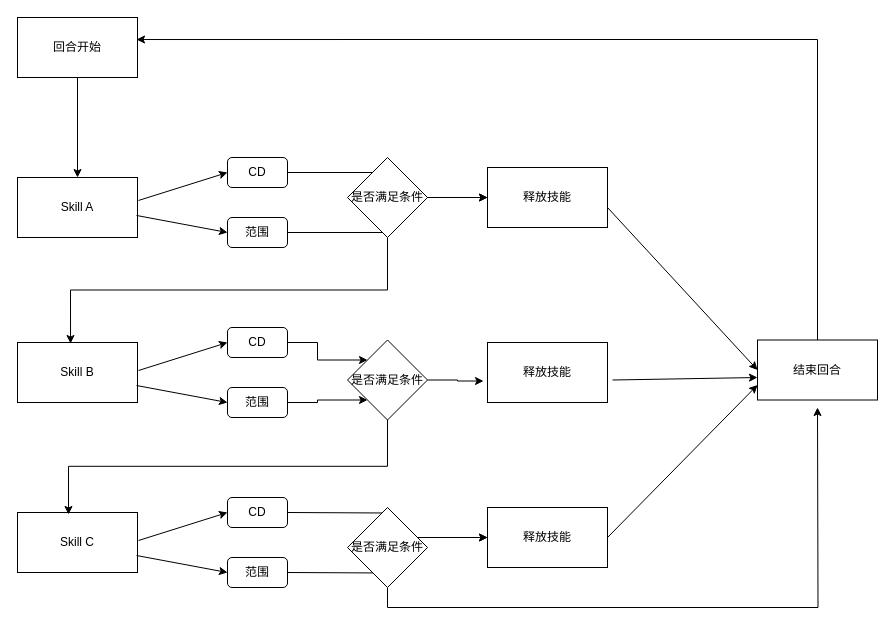
Above: page "Page-1" (1 of 2) of SAI.drawio in neroZWX/- (draw.io), before the change. Source tidied: cells renumbered, new cells numbered last; positions are measured from the earlier drawing's top-left corner, leaving out a move shared by most shapes. Both pictures are drawn from the tidied source at 100%, with x=0, y=0 at pixel (17, 17).
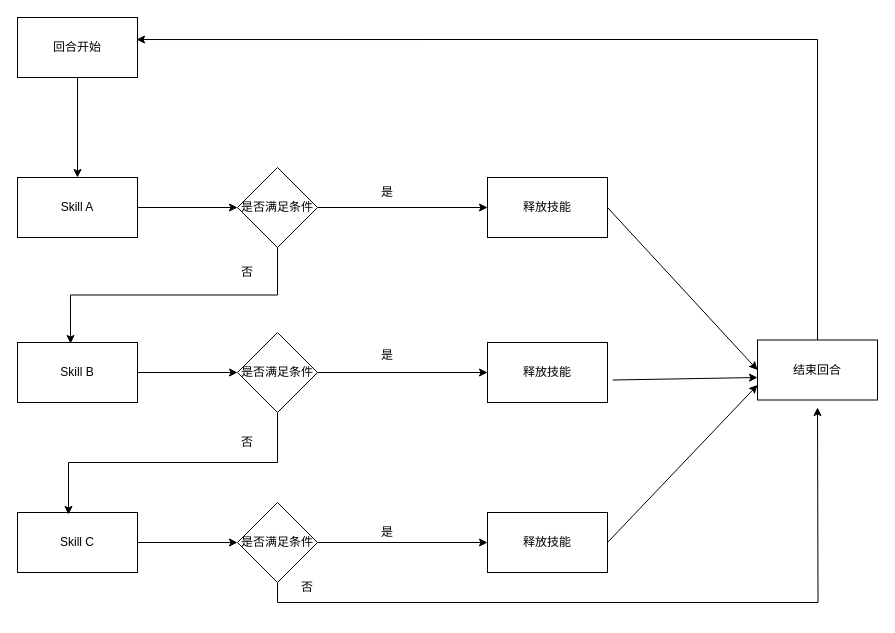
After the change.

Unchanged cells that the change refers to:
```xml
<mxCell id="2" value="Skill A" style="rounded=0;whiteSpace=wrap;html=1;" parent="1" vertex="1">
  <mxGeometry y="160" width="120" height="60" as="geometry" />
</mxCell>
<mxCell id="3" value="Skill B" style="rounded=0;whiteSpace=wrap;html=1;" parent="1" vertex="1">
  <mxGeometry y="325" width="120" height="60" as="geometry" />
</mxCell>
<mxCell id="4" value="Skill C" style="rounded=0;whiteSpace=wrap;html=1;" parent="1" vertex="1">
  <mxGeometry y="495" width="120" height="60" as="geometry" />
</mxCell>
<mxCell id="22" value="释放技能" style="rounded=0;whiteSpace=wrap;html=1;" parent="1" vertex="1">
  <mxGeometry x="470" y="325" width="120" height="60" as="geometry" />
</mxCell>
```

The edit, as a diff of the source:
```diff
@@
+    <mxCell id="40" style="edgeStyle=orthogonalEdgeStyle;rounded=0;jettySize=auto;html=1;exitX=1;exitY=0.5;exitDx=0;exitDy=0;entryX=0;entryY=0.5;entryDx=0;entryDy=0;" parent="1" edge="1" source="2" target="34">
+      <mxGeometry relative="1" as="geometry" />
+    </mxCell>
@@
+    <mxCell id="41" style="edgeStyle=orthogonalEdgeStyle;rounded=0;jettySize=auto;html=1;exitX=1;exitY=0.5;exitDx=0;exitDy=0;entryX=0;entryY=0.5;entryDx=0;entryDy=0;" parent="1" edge="1" source="3" target="37">
+      <mxGeometry relative="1" as="geometry" />
+    </mxCell>
@@
+    <mxCell id="42" style="edgeStyle=orthogonalEdgeStyle;rounded=0;jettySize=auto;html=1;exitX=1;exitY=0.5;exitDx=0;exitDy=0;" parent="1" edge="1" source="4" target="39">
+      <mxGeometry relative="1" as="geometry" />
+    </mxCell>
@@
-    <mxCell id="5" style="edgeStyle=orthogonalEdgeStyle;rounded=0;jettySize=auto;html=1;exitX=1;exitY=0.5;exitDx=0;exitDy=0;entryX=0;entryY=0.5;entryDx=0;entryDy=0;" parent="1" edge="1" source="6" target="21">
-      <mxGeometry relative="1" as="geometry" />
-    </mxCell>
-    <mxCell id="6" value="CD" style="rounded=1;whiteSpace=wrap;html=1;" parent="1" vertex="1">
-      <mxGeometry x="210" y="140" width="60" height="30" as="geometry" />
-    </mxCell>
-    <mxCell id="7" style="edgeStyle=orthogonalEdgeStyle;rounded=0;jettySize=auto;html=1;exitX=1;exitY=0.5;exitDx=0;exitDy=0;entryX=0;entryY=0.5;entryDx=0;entryDy=0;" parent="1" edge="1" source="8" target="21">
-      <mxGeometry relative="1" as="geometry" />
-    </mxCell>
-    <mxCell id="8" value="范围" style="rounded=1;whiteSpace=wrap;html=1;" parent="1" vertex="1">
-      <mxGeometry x="210" y="200" width="60" height="30" as="geometry" />
-    </mxCell>
-    <mxCell id="9" style="endArrow=classic;html=1;rounded=0;entryX=0;entryY=0.5;entryDx=0;entryDy=0;exitX=1.008;exitY=0.383;exitDx=0;exitDy=0;exitPerimeter=0;" parent="1" edge="1" source="2" target="6">
-      <mxGeometry relative="1" as="geometry" />
-    </mxCell>
-    <mxCell id="10" style="endArrow=classic;html=1;rounded=0;entryX=0;entryY=0.5;entryDx=0;entryDy=0;exitX=0.992;exitY=0.633;exitDx=0;exitDy=0;exitPerimeter=0;" parent="1" edge="1" source="2" target="8">
-      <mxGeometry relative="1" as="geometry" />
-    </mxCell>
-    <mxCell id="11" style="edgeStyle=orthogonalEdgeStyle;rounded=0;jettySize=auto;html=1;exitX=1;exitY=0.5;exitDx=0;exitDy=0;entryX=0;entryY=0;entryDx=0;entryDy=0;" parent="1" edge="1" source="12" target="37">
-      <mxGeometry relative="1" as="geometry" />
-    </mxCell>
-    <mxCell id="12" value="CD" style="rounded=1;whiteSpace=wrap;html=1;" parent="1" vertex="1">
-      <mxGeometry x="210" y="310" width="60" height="30" as="geometry" />
-    </mxCell>
-    <mxCell id="13" style="edgeStyle=orthogonalEdgeStyle;rounded=0;jettySize=auto;html=1;exitX=1;exitY=0.5;exitDx=0;exitDy=0;entryX=0;entryY=1;entryDx=0;entryDy=0;" parent="1" edge="1" source="14" target="37">
-      <mxGeometry relative="1" as="geometry" />
-    </mxCell>
-    <mxCell id="14" value="范围" style="rounded=1;whiteSpace=wrap;html=1;" parent="1" vertex="1">
-      <mxGeometry x="210" y="370" width="60" height="30" as="geometry" />
-    </mxCell>
-    <mxCell id="15" style="endArrow=classic;html=1;rounded=0;entryX=0;entryY=0.5;entryDx=0;entryDy=0;exitX=1.008;exitY=0.383;exitDx=0;exitDy=0;exitPerimeter=0;" parent="1" edge="1" target="12">
-      <mxGeometry relative="1" as="geometry">
-        <mxPoint x="121" y="353" as="sourcePoint" />
-      </mxGeometry>
-    </mxCell>
-    <mxCell id="16" style="endArrow=classic;html=1;rounded=0;entryX=0;entryY=0.5;entryDx=0;entryDy=0;exitX=0.992;exitY=0.633;exitDx=0;exitDy=0;exitPerimeter=0;" parent="1" edge="1" target="14">
-      <mxGeometry relative="1" as="geometry">
-        <mxPoint x="119" y="368" as="sourcePoint" />
-      </mxGeometry>
-    </mxCell>
-    <mxCell id="17" value="CD" style="rounded=1;whiteSpace=wrap;html=1;" parent="1" vertex="1">
-      <mxGeometry x="210" y="480" width="60" height="30" as="geometry" />
-    </mxCell>
-    <mxCell id="18" value="范围" style="rounded=1;whiteSpace=wrap;html=1;" parent="1" vertex="1">
-      <mxGeometry x="210" y="540" width="60" height="30" as="geometry" />
-    </mxCell>
-    <mxCell id="19" style="endArrow=classic;html=1;rounded=0;entryX=0;entryY=0.5;entryDx=0;entryDy=0;exitX=1.008;exitY=0.383;exitDx=0;exitDy=0;exitPerimeter=0;" parent="1" edge="1" target="17">
-      <mxGeometry relative="1" as="geometry">
-        <mxPoint x="121" y="523" as="sourcePoint" />
-      </mxGeometry>
-    </mxCell>
-    <mxCell id="20" style="endArrow=classic;html=1;rounded=0;entryX=0;entryY=0.5;entryDx=0;entryDy=0;exitX=0.992;exitY=0.633;exitDx=0;exitDy=0;exitPerimeter=0;" parent="1" edge="1" target="18">
-      <mxGeometry relative="1" as="geometry">
-        <mxPoint x="119" y="538" as="sourcePoint" />
-      </mxGeometry>
-    </mxCell>
     <mxCell id="21" value="释放技能" style="rounded=0;whiteSpace=wrap;html=1;" parent="1" vertex="1">
-      <mxGeometry x="470" y="150" width="120" height="60" as="geometry" />
+      <mxGeometry x="470" y="160" width="120" height="60" as="geometry" />
     </mxCell>
@@
-    <mxCell id="23" style="edgeStyle=orthogonalEdgeStyle;rounded=0;jettySize=auto;html=1;exitX=1;exitY=0.5;exitDx=0;exitDy=0;entryX=0;entryY=0.5;entryDx=0;entryDy=0;" parent="1" edge="1" target="25">
-      <mxGeometry relative="1" as="geometry">
-        <mxPoint x="270" y="495" as="sourcePoint" />
-      </mxGeometry>
-    </mxCell>
-    <mxCell id="24" style="edgeStyle=orthogonalEdgeStyle;rounded=0;jettySize=auto;html=1;exitX=1;exitY=0.5;exitDx=0;exitDy=0;entryX=0;entryY=0.5;entryDx=0;entryDy=0;" parent="1" edge="1" target="25">
-      <mxGeometry relative="1" as="geometry">
-        <mxPoint x="270" y="555" as="sourcePoint" />
-      </mxGeometry>
-    </mxCell>
     <mxCell id="25" value="释放技能" style="rounded=0;whiteSpace=wrap;html=1;" parent="1" vertex="1">
-      <mxGeometry x="470" y="490" width="120" height="60" as="geometry" />
+      <mxGeometry x="470" y="495" width="120" height="60" as="geometry" />
     </mxCell>
@@
+    <mxCell id="43" style="edgeStyle=orthogonalEdgeStyle;rounded=0;jettySize=auto;html=1;exitX=1;exitY=0.5;exitDx=0;exitDy=0;entryX=0;entryY=0.5;entryDx=0;entryDy=0;" parent="1" edge="1" source="34" target="21">
+      <mxGeometry relative="1" as="geometry" />
+    </mxCell>
     <mxCell id="34" value="是否满足条件" style="rhombus;whiteSpace=wrap;html=1;" parent="1" vertex="1">
-      <mxGeometry x="330" y="140" width="80" height="80" as="geometry" />
+      <mxGeometry x="220" y="150" width="80" height="80" as="geometry" />
     </mxCell>
+    <mxCell id="36" style="edgeStyle=orthogonalEdgeStyle;rounded=0;jettySize=auto;html=1;exitX=0.5;exitY=1;exitDx=0;exitDy=0;entryX=0.425;entryY=0.033;entryDx=0;entryDy=0;entryPerimeter=0;" parent="1" edge="1" source="37" target="4">
+      <mxGeometry relative="1" as="geometry" />
+    </mxCell>
-    <mxCell id="35" style="edgeStyle=orthogonalEdgeStyle;rounded=0;jettySize=auto;html=1;exitX=1;exitY=0.5;exitDx=0;exitDy=0;entryX=-0.033;entryY=0.642;entryDx=0;entryDy=0;entryPerimeter=0;" parent="1" edge="1" source="37" target="22">
+    <mxCell id="35" style="edgeStyle=orthogonalEdgeStyle;rounded=0;jettySize=auto;html=1;exitX=1;exitY=0.5;exitDx=0;exitDy=0;" parent="1" edge="1" source="37" target="22">
       <mxGeometry relative="1" as="geometry" />
     </mxCell>
-    <mxCell id="36" style="edgeStyle=orthogonalEdgeStyle;rounded=0;jettySize=auto;html=1;exitX=0.5;exitY=1;exitDx=0;exitDy=0;entryX=0.425;entryY=0.033;entryDx=0;entryDy=0;entryPerimeter=0;" parent="1" edge="1" source="37" target="4">
-      <mxGeometry relative="1" as="geometry" />
-    </mxCell>
     <mxCell id="37" value="是否满足条件" style="rhombus;whiteSpace=wrap;html=1;" parent="1" vertex="1">
-      <mxGeometry x="330" y="322.5" width="80" height="80" as="geometry" />
+      <mxGeometry x="220" y="315" width="80" height="80" as="geometry" />
     </mxCell>
@@
+    <mxCell id="44" style="edgeStyle=orthogonalEdgeStyle;rounded=0;jettySize=auto;html=1;exitX=1;exitY=0.5;exitDx=0;exitDy=0;entryX=0;entryY=0.5;entryDx=0;entryDy=0;" parent="1" edge="1" source="39" target="25">
+      <mxGeometry relative="1" as="geometry" />
+    </mxCell>
     <mxCell id="39" value="是否满足条件" style="rhombus;whiteSpace=wrap;html=1;" parent="1" vertex="1">
-      <mxGeometry x="330" y="490" width="80" height="80" as="geometry" />
+      <mxGeometry x="220" y="485" width="80" height="80" as="geometry" />
     </mxCell>
+    <mxCell id="45" value="是" style="text;html=1;strokeColor=none;fillColor=none;align=center;verticalAlign=middle;whiteSpace=wrap;rounded=0;" parent="1" vertex="1">
+      <mxGeometry x="340" y="160" width="60" height="30" as="geometry" />
+    </mxCell>
+    <mxCell id="46" value="是" style="text;html=1;strokeColor=none;fillColor=none;align=center;verticalAlign=middle;whiteSpace=wrap;rounded=0;" parent="1" vertex="1">
+      <mxGeometry x="340" y="322.5" width="60" height="30" as="geometry" />
+    </mxCell>
+    <mxCell id="47" value="是" style="text;html=1;strokeColor=none;fillColor=none;align=center;verticalAlign=middle;whiteSpace=wrap;rounded=0;" parent="1" vertex="1">
+      <mxGeometry x="340" y="500" width="60" height="30" as="geometry" />
+    </mxCell>
+    <mxCell id="48" value="否" style="text;html=1;strokeColor=none;fillColor=none;align=center;verticalAlign=middle;whiteSpace=wrap;rounded=0;" parent="1" vertex="1">
+      <mxGeometry x="200" y="240" width="60" height="30" as="geometry" />
+    </mxCell>
+    <mxCell id="49" value="否" style="text;html=1;strokeColor=none;fillColor=none;align=center;verticalAlign=middle;whiteSpace=wrap;rounded=0;" parent="1" vertex="1">
+      <mxGeometry x="200" y="410" width="60" height="30" as="geometry" />
+    </mxCell>
+    <mxCell id="50" value="否" style="text;html=1;strokeColor=none;fillColor=none;align=center;verticalAlign=middle;whiteSpace=wrap;rounded=0;" parent="1" vertex="1">
+      <mxGeometry x="260" y="555" width="60" height="30" as="geometry" />
+    </mxCell>
```
